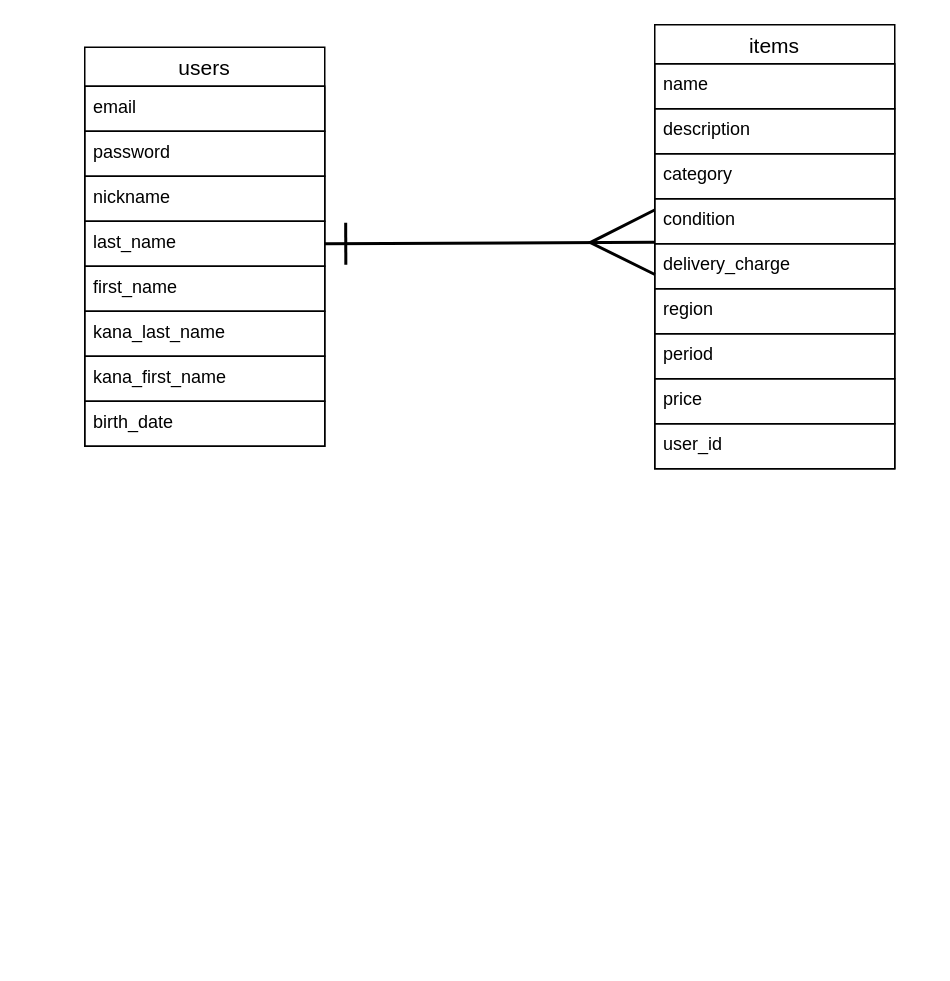
Above: ER.dio in shun-09/furima-39851 (draw.io), before the change. Source tidied: cells renumbered, new cells numbered last; positions are measured from the earlier drawing's top-left corner, leaving out a move shared by most shapes. Both pictures are drawn from the tidied source at 150%, with x=0, y=0 at pixel (84, 24).
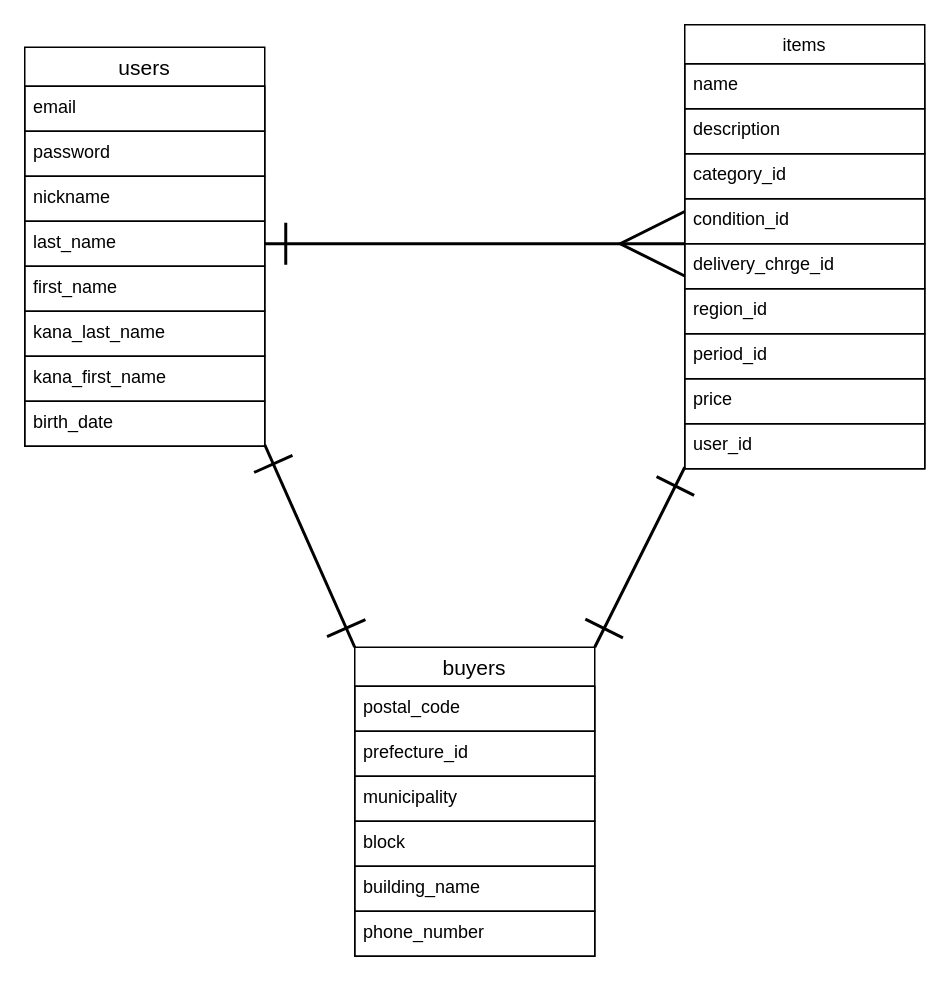
Above is the later version.

Commit message (it also covers changes not shown here):
active hashとbuyersテーブル追加

The change refers to these unchanged cells:
```xml
<mxCell id="6" value="last_name" style="text;strokeColor=default;fillColor=none;spacingLeft=4;spacingRight=4;overflow=hidden;points=[[0,0.5],[1,0.5]];portConstraint=eastwest;fontSize=12;" parent="2" vertex="1">
  <mxGeometry y="116" width="160" height="30" as="geometry" />
</mxCell>
<mxCell id="10" value="birth_date" style="text;strokeColor=default;fillColor=none;spacingLeft=4;spacingRight=4;overflow=hidden;points=[[0,0.5],[1,0.5]];portConstraint=eastwest;fontSize=12;" parent="2" vertex="1">
  <mxGeometry y="236" width="160" height="30" as="geometry" />
</mxCell>
```

Change to the diagram source:
```diff
@@
     <mxCell id="2" value="users" style="swimlane;fontStyle=0;horizontal=1;startSize=26;align=center;fontSize=14;" parent="1" vertex="1">
-      <mxGeometry y="15" width="160" height="266" as="geometry" />
+      <mxGeometry x="-40" y="15" width="160" height="266" as="geometry" />
     </mxCell>
@@
-    <mxCell id="11" value="items" style="swimlane;fontStyle=0;horizontal=1;startSize=26;align=center;fontSize=14;" parent="1" vertex="1">
-      <mxGeometry x="380" width="160" height="296" as="geometry" />
+    <mxCell id="11" value="items" style="swimlane;fontStyle=0;horizontal=1;startSize=26;align=center;fontSize=12;" parent="1" vertex="1">
+      <mxGeometry x="400" width="160" height="296" as="geometry" />
     </mxCell>
@@
-    <mxCell id="14" value="category" style="text;strokeColor=default;fillColor=none;spacingLeft=4;spacingRight=4;overflow=hidden;fontSize=12;" parent="11" vertex="1">
+    <mxCell id="14" value="category_id" style="text;strokeColor=default;fillColor=none;spacingLeft=4;spacingRight=4;overflow=hidden;fontSize=12;" parent="11" vertex="1">
       <mxGeometry y="86" width="160" height="30" as="geometry" />
     </mxCell>
-    <mxCell id="15" value="condition" style="text;strokeColor=default;fillColor=none;spacingLeft=4;spacingRight=4;overflow=hidden;fontSize=12;" parent="11" vertex="1">
+    <mxCell id="15" value="condition_id" style="text;strokeColor=default;fillColor=none;spacingLeft=4;spacingRight=4;overflow=hidden;fontSize=12;" parent="11" vertex="1">
       <mxGeometry y="116" width="160" height="30" as="geometry" />
     </mxCell>
-    <mxCell id="16" value="delivery_charge" style="text;strokeColor=default;fillColor=none;spacingLeft=4;spacingRight=4;overflow=hidden;fontSize=12;" parent="11" vertex="1">
+    <mxCell id="16" value="delivery_chrge_id" style="text;strokeColor=default;fillColor=none;spacingLeft=4;spacingRight=4;overflow=hidden;fontSize=12;" parent="11" vertex="1">
       <mxGeometry y="146" width="160" height="30" as="geometry" />
     </mxCell>
-    <mxCell id="17" value="region" style="text;strokeColor=default;fillColor=none;spacingLeft=4;spacingRight=4;overflow=hidden;fontSize=12;" parent="11" vertex="1">
+    <mxCell id="17" value="region_id" style="text;strokeColor=default;fillColor=none;spacingLeft=4;spacingRight=4;overflow=hidden;fontSize=12;" parent="11" vertex="1">
       <mxGeometry y="176" width="160" height="30" as="geometry" />
     </mxCell>
-    <mxCell id="18" value="period" style="text;strokeColor=default;fillColor=none;spacingLeft=4;spacingRight=4;overflow=hidden;fontSize=12;" parent="11" vertex="1">
+    <mxCell id="18" value="period_id" style="text;strokeColor=default;fillColor=none;spacingLeft=4;spacingRight=4;overflow=hidden;fontSize=12;" parent="11" vertex="1">
       <mxGeometry y="206" width="160" height="30" as="geometry" />
     </mxCell>
@@
     <mxCell id="21" style="edgeStyle=none;html=1;exitX=1;exitY=0.5;exitDx=0;exitDy=0;startArrow=ERone;startFill=0;rounded=1;endArrow=ERmany;endFill=0;sourcePerimeterSpacing=0;strokeWidth=2;jumpSize=6;startSize=25;endSize=40;" parent="1" edge="1" source="6">
       <mxGeometry relative="1" as="geometry">
-        <mxPoint x="380" y="145" as="targetPoint" />
+        <mxPoint x="400" y="146" as="targetPoint" />
       </mxGeometry>
     </mxCell>
+    <mxCell id="22" value="buyers" style="swimlane;fontStyle=0;horizontal=1;startSize=26;align=center;fontSize=14;labelBackgroundColor=none;strokeColor=default;" parent="1" vertex="1">
+      <mxGeometry x="180" y="415" width="160" height="206" as="geometry" />
+    </mxCell>
+    <mxCell id="23" value="postal_code" style="text;strokeColor=default;fillColor=none;spacingLeft=4;spacingRight=4;overflow=hidden;fontSize=12;labelBackgroundColor=none;" parent="22" vertex="1">
+      <mxGeometry y="26" width="160" height="30" as="geometry" />
+    </mxCell>
+    <mxCell id="24" value="prefecture_id" style="text;strokeColor=default;fillColor=none;spacingLeft=4;spacingRight=4;overflow=hidden;fontSize=12;labelBackgroundColor=none;" parent="22" vertex="1">
+      <mxGeometry y="56" width="160" height="30" as="geometry" />
+    </mxCell>
+    <mxCell id="25" value="municipality" style="text;strokeColor=default;fillColor=none;spacingLeft=4;spacingRight=4;overflow=hidden;fontSize=12;labelBackgroundColor=none;" parent="22" vertex="1">
+      <mxGeometry y="86" width="160" height="30" as="geometry" />
+    </mxCell>
+    <mxCell id="26" value="block" style="text;strokeColor=default;fillColor=none;spacingLeft=4;spacingRight=4;overflow=hidden;fontSize=12;labelBackgroundColor=none;" parent="22" vertex="1">
+      <mxGeometry y="116" width="160" height="30" as="geometry" />
+    </mxCell>
+    <mxCell id="27" value="building_name" style="text;strokeColor=default;fillColor=none;spacingLeft=4;spacingRight=4;overflow=hidden;fontSize=12;labelBackgroundColor=none;" parent="22" vertex="1">
+      <mxGeometry y="146" width="160" height="30" as="geometry" />
+    </mxCell>
+    <mxCell id="28" value="phone_number" style="text;strokeColor=default;fillColor=none;spacingLeft=4;spacingRight=4;overflow=hidden;fontSize=12;labelBackgroundColor=none;" parent="22" vertex="1">
+      <mxGeometry y="176" width="160" height="30" as="geometry" />
+    </mxCell>
+    <mxCell id="29" style="endArrow=ERone;html=1;rounded=0;strokeWidth=2;fontSize=12;startSize=25;endSize=25;sourcePerimeterSpacing=0;jumpSize=6;exitX=1;exitY=0;exitDx=0;exitDy=0;startArrow=ERone;startFill=0;endFill=0;" parent="1" edge="1" source="22">
+      <mxGeometry relative="1" as="geometry">
+        <mxPoint x="400" y="295" as="targetPoint" />
+      </mxGeometry>
+    </mxCell>
+    <mxCell id="30" style="endArrow=ERone;html=1;rounded=0;strokeWidth=2;fontSize=12;startSize=25;endSize=25;sourcePerimeterSpacing=0;jumpSize=6;exitX=0;exitY=0;exitDx=0;exitDy=0;startArrow=ERone;startFill=0;endFill=0;entryX=1;entryY=0.967;entryDx=0;entryDy=0;entryPerimeter=0;" parent="1" edge="1" source="22" target="10">
+      <mxGeometry relative="1" as="geometry" />
+    </mxCell>
```
